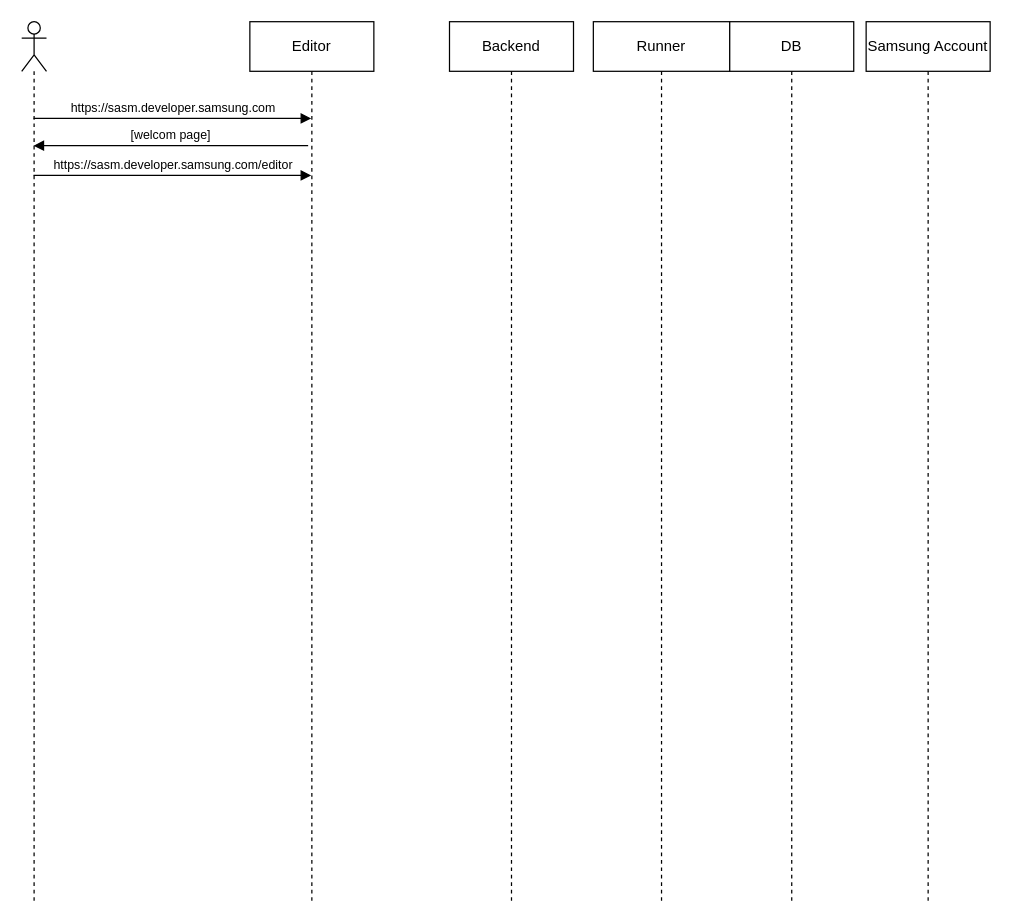
Above: Untitled Diagram.drawio in hyjeong0/common-utils (draw.io), before the change. Source tidied: cells renumbered, new cells numbered last; positions are measured from the earlier drawing's top-left corner, leaving out a move shared by most shapes. Both pictures are drawn from the tidied source at 124%, with x=0, y=0 at pixel (21, 21).
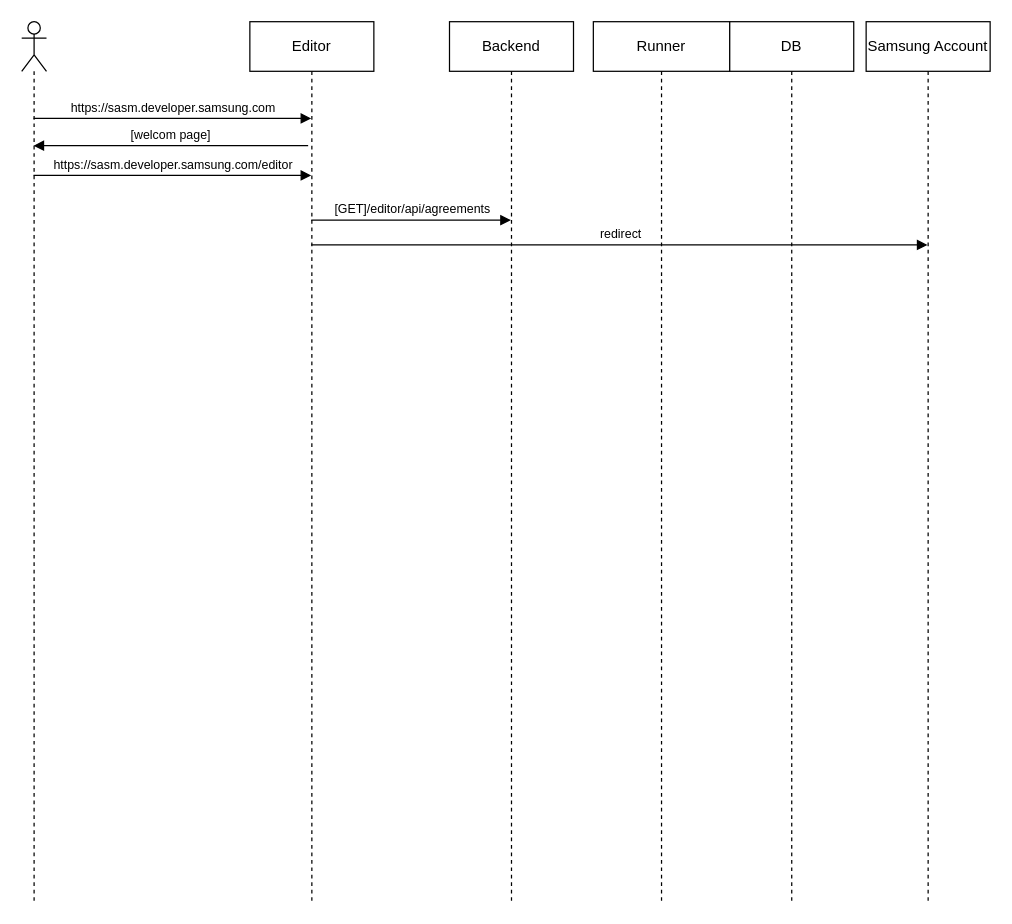
The same diagram, later.

The edit, as a diff of the source:
```diff
@@
 <mxGraphModel>
   <root>
     <mxCell id="0" />
     <mxCell id="1" parent="0" />
     <mxCell id="2" style="shape=umlLifeline;participant=umlActor;perimeter=lifelinePerimeter;whiteSpace=wrap;html=1;verticalAlign=top;spacingTop=36;outlineConnect=0;" parent="1" vertex="1">
       <mxGeometry width="20" height="710" as="geometry" />
     </mxCell>
     <mxCell id="3" value="Editor" style="shape=umlLifeline;perimeter=lifelinePerimeter;whiteSpace=wrap;html=1;" parent="1" vertex="1">
       <mxGeometry x="184" width="100" height="710" as="geometry" />
     </mxCell>
     <mxCell id="4" value="[welcom page]" style="html=1;verticalAlign=bottom;endArrow=block;rounded=0;fontSize=10;" parent="3" edge="1" target="2">
       <mxGeometry relative="1" as="geometry">
         <mxPoint x="47" y="100" as="sourcePoint" />
       </mxGeometry>
     </mxCell>
     <mxCell id="5" value="Backend" style="shape=umlLifeline;perimeter=lifelinePerimeter;whiteSpace=wrap;html=1;" parent="1" vertex="1">
       <mxGeometry x="345" width="100" height="710" as="geometry" />
     </mxCell>
     <mxCell id="6" value="Runner" style="shape=umlLifeline;perimeter=lifelinePerimeter;whiteSpace=wrap;html=1;" parent="1" vertex="1">
       <mxGeometry x="461" width="110" height="710" as="geometry" />
     </mxCell>
     <mxCell id="7" value="DB" style="shape=umlLifeline;perimeter=lifelinePerimeter;whiteSpace=wrap;html=1;" parent="1" vertex="1">
       <mxGeometry x="571" width="100" height="710" as="geometry" />
     </mxCell>
+    <mxCell id="11" value="redirect" style="html=1;verticalAlign=bottom;endArrow=block;rounded=0;fontSize=10;" parent="7" edge="1">
+      <mxGeometry relative="1" as="geometry">
+        <mxPoint x="-337.5" y="180" as="sourcePoint" />
+        <mxPoint x="159.5" y="180" as="targetPoint" />
+      </mxGeometry>
+    </mxCell>
     <mxCell id="8" value="Samsung Account" style="shape=umlLifeline;perimeter=lifelinePerimeter;whiteSpace=wrap;html=1;" parent="1" vertex="1">
       <mxGeometry x="681" width="100" height="710" as="geometry" />
     </mxCell>
     <mxCell id="9" value="https://sasm.developer.samsung.com" style="html=1;verticalAlign=bottom;endArrow=block;rounded=0;fontSize=10;" parent="1" edge="1">
       <mxGeometry relative="1" as="geometry">
         <mxPoint x="9.5" y="78" as="sourcePoint" />
         <mxPoint x="233.5" y="78" as="targetPoint" />
       </mxGeometry>
     </mxCell>
     <mxCell id="10" value="https://sasm.developer.samsung.com/editor" style="html=1;verticalAlign=bottom;endArrow=block;rounded=0;fontSize=10;" parent="1" edge="1">
       <mxGeometry relative="1" as="geometry">
         <mxPoint x="9.5" y="124" as="sourcePoint" />
         <mxPoint x="233.5" y="124" as="targetPoint" />
         <Array as="points">
           <mxPoint x="201" y="124" />
         </Array>
       </mxGeometry>
     </mxCell>
+    <mxCell id="12" value="[GET]/editor/api/agreements" style="html=1;verticalAlign=bottom;endArrow=block;rounded=0;fontSize=10;" parent="1" edge="1">
+      <mxGeometry relative="1" as="geometry">
+        <mxPoint x="233.5" y="160" as="sourcePoint" />
+        <mxPoint x="394.5" y="160" as="targetPoint" />
+      </mxGeometry>
+    </mxCell>
   </root>
 </mxGraphModel>
```
